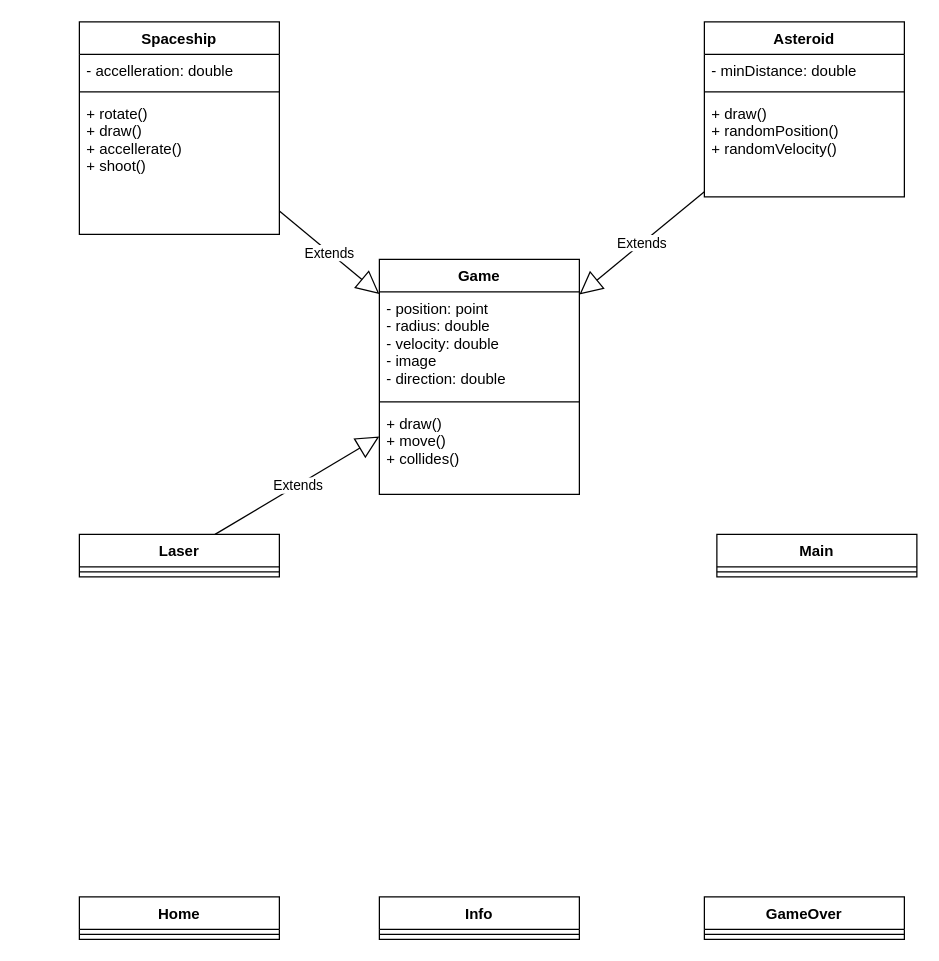
Before: Documenti/Progettazione/Diagramma classi/DiagrammaClassiEyeAsteroids.drawio in LuMug/EyeAsteroids, a draw.io diagram. Source tidied: cells renumbered, new cells numbered last; positions are measured from the earlier drawing's top-left corner, leaving out a move shared by most shapes. Both pictures are drawn from the tidied source at 125%, with x=0, y=0 at pixel (79, 21).
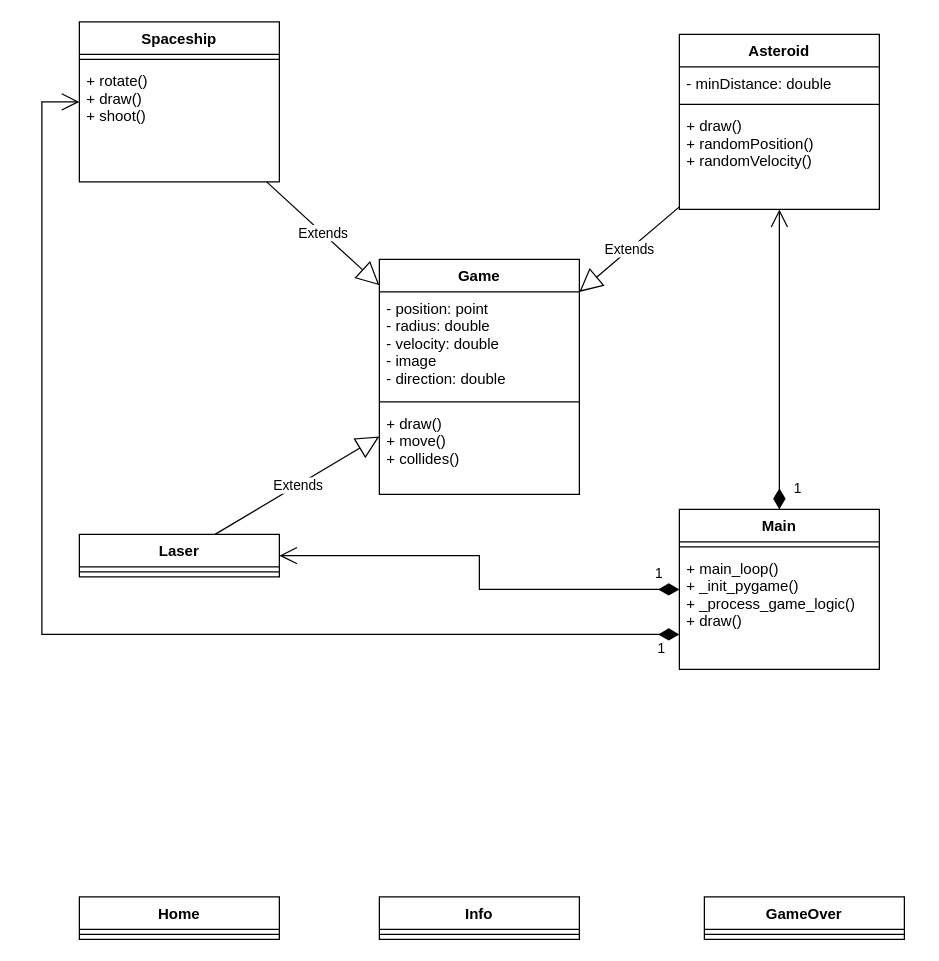
The same page after the edit.

Commit message:
Aggiornamento diagramma delle classi

Unchanged cells that the change refers to:
```xml
<mxCell id="14" value="Laser" style="swimlane;fontStyle=1;align=center;verticalAlign=top;horizontal=1;startSize=26;" parent="1" vertex="1">
  <mxGeometry y="410" width="160" height="34" as="geometry" />
</mxCell>
```

Change to the diagram source:
```diff
@@
     <mxCell id="6" value="Spaceship" style="swimlane;fontStyle=1;align=center;verticalAlign=top;horizontal=1;startSize=26;" parent="1" vertex="1">
-      <mxGeometry width="160" height="170" as="geometry" />
+      <mxGeometry width="160" height="128" as="geometry" />
     </mxCell>
-    <mxCell id="7" value="- accelleration: double" style="text;strokeColor=none;fillColor=none;align=left;verticalAlign=top;spacingLeft=4;spacingRight=4;overflow=hidden;" parent="6" vertex="1">
-      <mxGeometry y="26" width="160" height="26" as="geometry" />
-    </mxCell>
     <mxCell id="8" style="line;strokeWidth=1;fillColor=none;align=left;verticalAlign=middle;spacingTop=-1;spacingLeft=3;spacingRight=3;labelPosition=right;" parent="6" vertex="1">
-      <mxGeometry y="52" width="160" height="8" as="geometry" />
+      <mxGeometry y="26" width="160" height="8" as="geometry" />
     </mxCell>
-    <mxCell id="9" value="+ rotate()&#10;+ draw()&#10;+ accellerate()&#10;+ shoot()" style="text;strokeColor=none;fillColor=none;align=left;verticalAlign=top;spacingLeft=4;spacingRight=4;overflow=hidden;" parent="6" vertex="1">
-      <mxGeometry y="60" width="160" height="110" as="geometry" />
+    <mxCell id="9" value="+ rotate()&#10;+ draw()&#10;+ shoot()" style="text;strokeColor=none;fillColor=none;align=left;verticalAlign=top;spacingLeft=4;spacingRight=4;overflow=hidden;" parent="6" vertex="1">
+      <mxGeometry y="34" width="160" height="94" as="geometry" />
     </mxCell>
     <mxCell id="10" value="Asteroid" style="swimlane;fontStyle=1;align=center;verticalAlign=top;horizontal=1;startSize=26;" parent="1" vertex="1">
-      <mxGeometry x="500" width="160" height="140" as="geometry" />
+      <mxGeometry x="480" y="10" width="160" height="140" as="geometry" />
     </mxCell>
@@
-    <mxCell id="16" value="Main" style="swimlane;fontStyle=1;align=center;verticalAlign=top;horizontal=1;startSize=26;" parent="1" vertex="1">
-      <mxGeometry x="510" y="410" width="160" height="34" as="geometry" />
-    </mxCell>
-    <mxCell id="17" style="line;strokeWidth=1;fillColor=none;align=left;verticalAlign=middle;spacingTop=-1;spacingLeft=3;spacingRight=3;labelPosition=right;" parent="16" vertex="1">
-      <mxGeometry y="26" width="160" height="8" as="geometry" />
-    </mxCell>
@@
+    <mxCell id="16" value="Main" style="swimlane;fontStyle=1;align=center;verticalAlign=top;horizontal=1;startSize=26;" parent="1" vertex="1">
+      <mxGeometry x="480" y="390" width="160" height="128" as="geometry" />
+    </mxCell>
+    <mxCell id="17" style="line;strokeWidth=1;fillColor=none;align=left;verticalAlign=middle;spacingTop=-1;spacingLeft=3;spacingRight=3;labelPosition=right;" parent="16" vertex="1">
+      <mxGeometry y="26" width="160" height="8" as="geometry" />
+    </mxCell>
+    <mxCell id="27" value="+ main_loop()&#10;+ _init_pygame()&#10;+ _process_game_logic()&#10;+ draw()" style="text;strokeColor=none;fillColor=none;align=left;verticalAlign=top;spacingLeft=4;spacingRight=4;overflow=hidden;" parent="16" vertex="1">
+      <mxGeometry y="34" width="160" height="94" as="geometry" />
+    </mxCell>
+    <mxCell id="28" value="1" style="endArrow=open;html=1;endSize=12;startArrow=diamondThin;startSize=14;startFill=1;edgeStyle=orthogonalEdgeStyle;align=left;verticalAlign=bottom;rounded=0;" parent="1" edge="1" source="16" target="10">
+      <mxGeometry x="-0.93" y="-10" relative="1" as="geometry" />
+    </mxCell>
+    <mxCell id="29" value="1" style="endArrow=open;html=1;endSize=12;startArrow=diamondThin;startSize=14;startFill=1;edgeStyle=orthogonalEdgeStyle;align=left;verticalAlign=bottom;rounded=0;" parent="1" edge="1" source="16" target="14">
+      <mxGeometry x="-0.88" y="-4" relative="1" as="geometry" />
+    </mxCell>
+    <mxCell id="30" value="1" style="endArrow=open;html=1;endSize=12;startArrow=diamondThin;startSize=14;startFill=1;edgeStyle=orthogonalEdgeStyle;align=left;verticalAlign=bottom;rounded=0;" parent="1" edge="1" source="16" target="6">
+      <mxGeometry x="-0.96" y="20" relative="1" as="geometry">
+        <Array as="points">
+          <mxPoint x="-30" y="490" />
+          <mxPoint x="-30" y="64" />
+        </Array>
+      </mxGeometry>
+    </mxCell>
```
